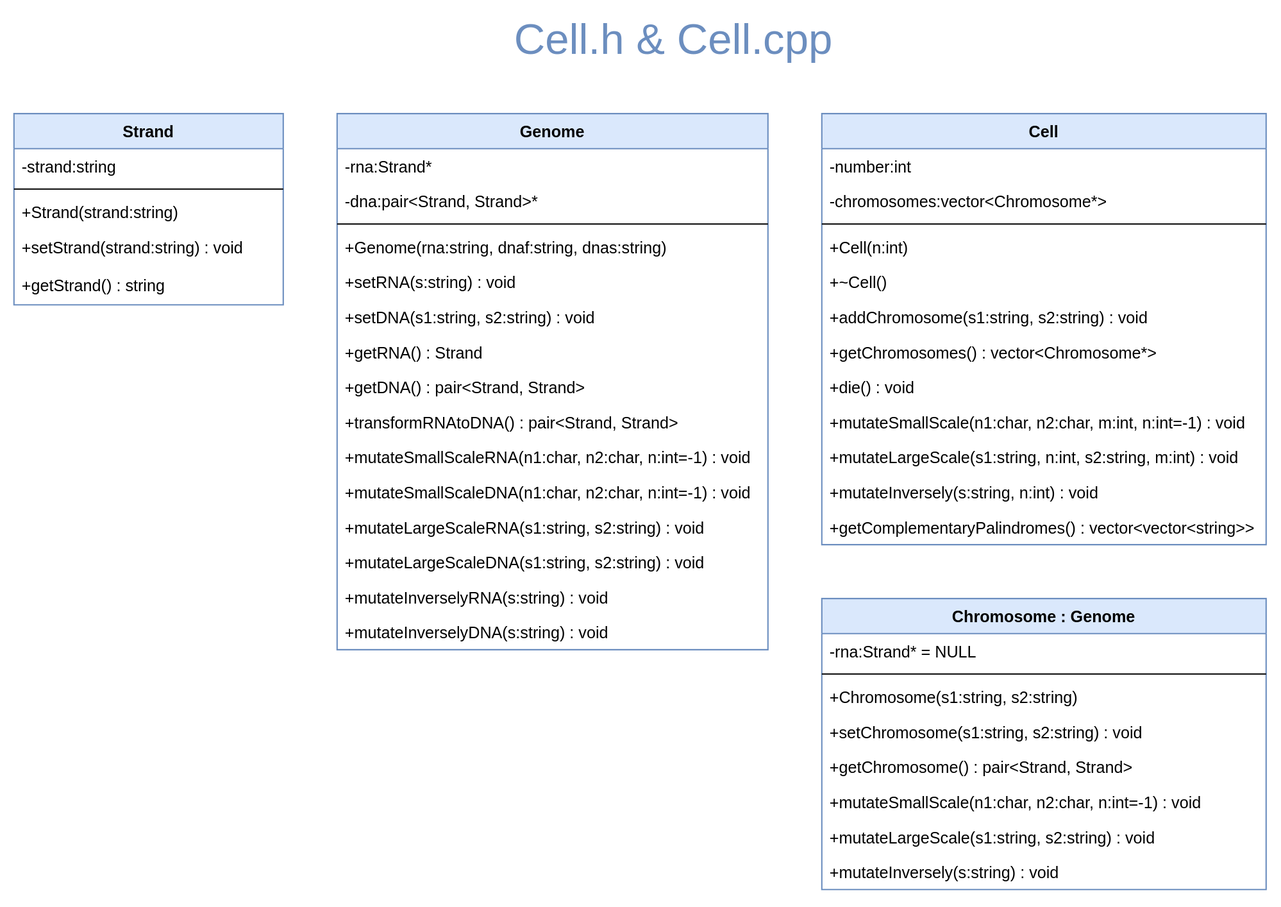
Before: schema/classes/Cell.drawio.svg, a diagram exported from draw.io (k-forghani/class-of-life). Source tidied: cells renumbered, new cells last; positions are measured from the earlier drawing's top-left corner, leaving out a move shared by most shapes.
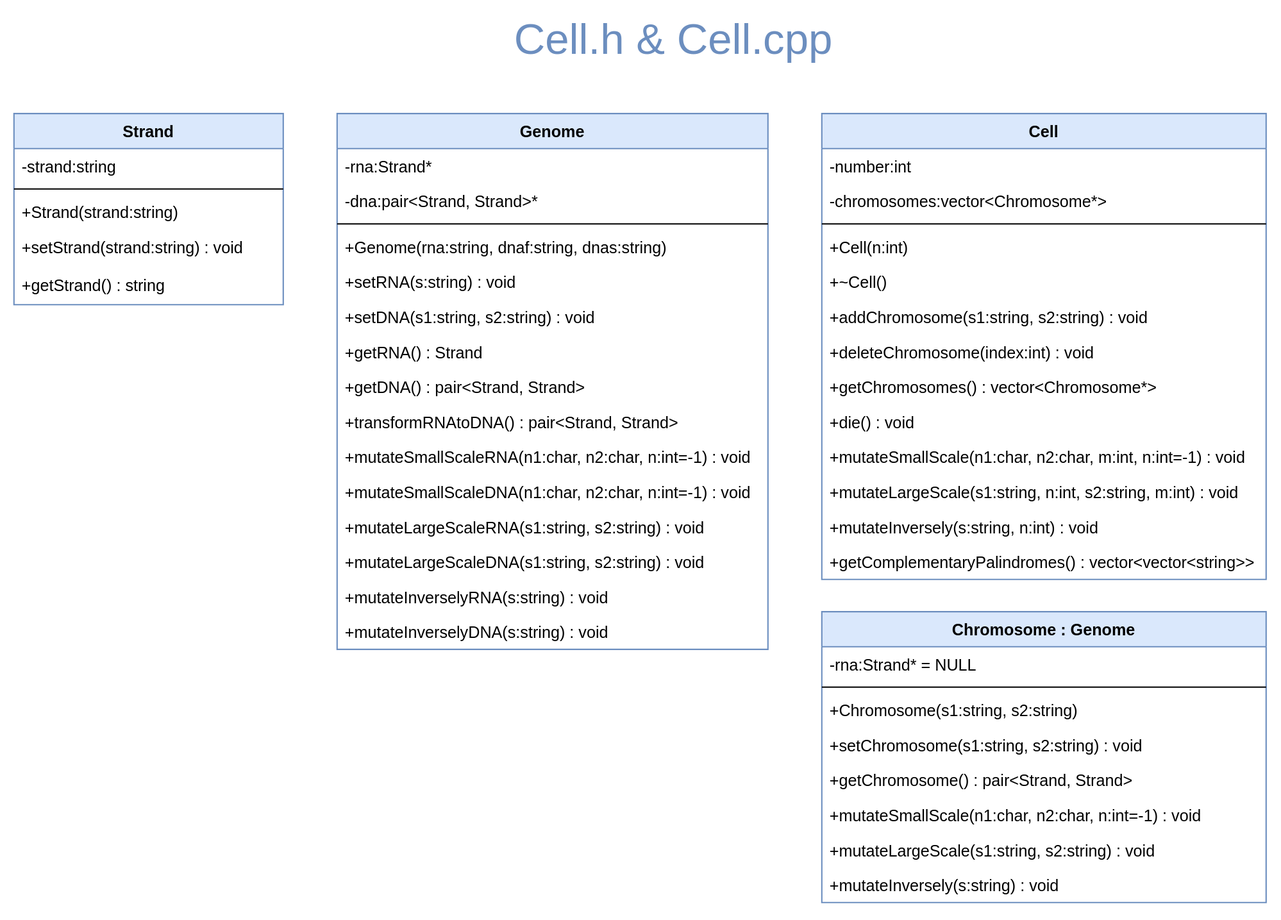
The same diagram one commit later.

What changed in the source:
```diff
@@ -51,7 +51,7 @@
       <mxGeometry y="372" width="320" height="26" as="geometry" />
     </mxCell>
     <mxCell id="18" value="Chromosome : Genome" style="swimlane;fontStyle=1;align=center;verticalAlign=top;horizontal=1;startSize=26;rounded=0;shadow=0;strokeWidth=1;fillColor=#dae8fc;strokeColor=#6c8ebf;swimlaneFillColor=default;" parent="1" vertex="1">
-      <mxGeometry x="600" y="430" width="330" height="216" as="geometry" />
+      <mxGeometry x="600" y="440" width="330" height="216" as="geometry" />
     </mxCell>
     <mxCell id="19" value="-rna:Strand* = NULL" style="text;align=left;verticalAlign=top;spacingLeft=4;spacingRight=4;overflow=hidden;" parent="18" vertex="1">
       <mxGeometry y="26" width="330" height="26" as="geometry" />
@@ -96,7 +96,7 @@
       <mxGeometry y="114" width="200" height="28" as="geometry" />
     </mxCell>
     <mxCell id="33" value="Cell" style="swimlane;fontStyle=1;align=center;verticalAlign=top;horizontal=1;startSize=26;rounded=0;shadow=0;strokeWidth=1;fillColor=#dae8fc;strokeColor=#6c8ebf;swimlaneFillColor=default;" parent="1" vertex="1">
-      <mxGeometry x="600" y="70" width="330" height="320" as="geometry" />
+      <mxGeometry x="600" y="70" width="330" height="346" as="geometry" />
     </mxCell>
     <mxCell id="34" value="-number:int" style="text;align=left;verticalAlign=top;spacingLeft=4;spacingRight=4;overflow=hidden;" parent="33" vertex="1">
       <mxGeometry y="26" width="330" height="26" as="geometry" />
@@ -116,23 +116,26 @@
     <mxCell id="39" value="+addChromosome(s1:string, s2:string) : void" style="text;align=left;verticalAlign=top;spacingLeft=4;spacingRight=4;overflow=hidden;" parent="33" vertex="1">
       <mxGeometry y="138" width="330" height="26" as="geometry" />
     </mxCell>
+    <mxCell id="47" value="+deleteChromosome(index:int) : void" style="text;align=left;verticalAlign=top;spacingLeft=4;spacingRight=4;overflow=hidden;" parent="33" vertex="1">
+      <mxGeometry y="164" width="330" height="26" as="geometry" />
+    </mxCell>
     <mxCell id="40" value="+getChromosomes() : vector&lt;Chromosome*&gt;" style="text;align=left;verticalAlign=top;spacingLeft=4;spacingRight=4;overflow=hidden;" parent="33" vertex="1">
-      <mxGeometry y="164" width="330" height="26" as="geometry" />
+      <mxGeometry y="190" width="330" height="26" as="geometry" />
     </mxCell>
     <mxCell id="41" value="+die() : void" style="text;align=left;verticalAlign=top;spacingLeft=4;spacingRight=4;overflow=hidden;" parent="33" vertex="1">
-      <mxGeometry y="190" width="330" height="26" as="geometry" />
+      <mxGeometry y="216" width="330" height="26" as="geometry" />
     </mxCell>
     <mxCell id="42" value="+mutateSmallScale(n1:char, n2:char, m:int, n:int=-1) : void" style="text;align=left;verticalAlign=top;spacingLeft=4;spacingRight=4;overflow=hidden;" parent="33" vertex="1">
-      <mxGeometry y="216" width="330" height="26" as="geometry" />
+      <mxGeometry y="242" width="330" height="26" as="geometry" />
     </mxCell>
     <mxCell id="43" value="+mutateLargeScale(s1:string, n:int, s2:string, m:int) : void" style="text;align=left;verticalAlign=top;spacingLeft=4;spacingRight=4;overflow=hidden;" parent="33" vertex="1">
-      <mxGeometry y="242" width="330" height="26" as="geometry" />
+      <mxGeometry y="268" width="330" height="26" as="geometry" />
     </mxCell>
     <mxCell id="44" value="+mutateInversely(s:string, n:int) : void" style="text;align=left;verticalAlign=top;spacingLeft=4;spacingRight=4;overflow=hidden;" parent="33" vertex="1">
-      <mxGeometry y="268" width="330" height="26" as="geometry" />
+      <mxGeometry y="294" width="330" height="26" as="geometry" />
     </mxCell>
     <mxCell id="45" value="+getComplementaryPalindromes() : vector&lt;vector&lt;string&gt;&gt;" style="text;align=left;verticalAlign=top;spacingLeft=4;spacingRight=4;overflow=hidden;" parent="33" vertex="1">
-      <mxGeometry y="294" width="330" height="26" as="geometry" />
+      <mxGeometry y="320" width="330" height="26" as="geometry" />
     </mxCell>
     <mxCell id="46" value="&lt;span style=&quot;font-size: 32px;&quot;&gt;Cell.h&lt;/span&gt; &amp;amp; &lt;span style=&quot;font-size: 32px;&quot;&gt;Cell.cpp&lt;/span&gt;" style="text;html=1;strokeColor=none;fillColor=none;align=center;verticalAlign=middle;whiteSpace=wrap;rounded=0;fontSize=32;fontColor=#6C8EBF;" parent="1" vertex="1">
       <mxGeometry x="330" width="320" height="30" as="geometry" />
```
